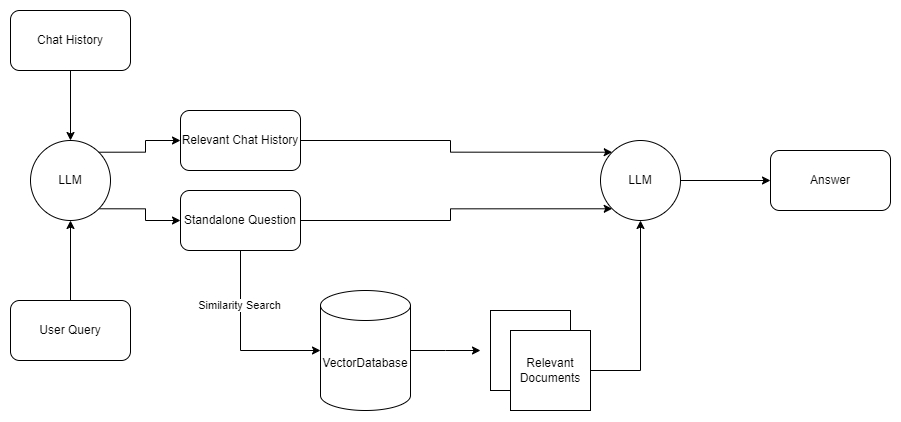
Before: media/2024-03-18-rag-chatbot/Custom_RAG_diagram.png, a diagram exported from draw.io (jayeshmahapatra/jayeshmahapatra.github.io). Source tidied: cells renumbered, new cells last; positions are measured from the earlier drawing's top-left corner, leaving out a move shared by most shapes.
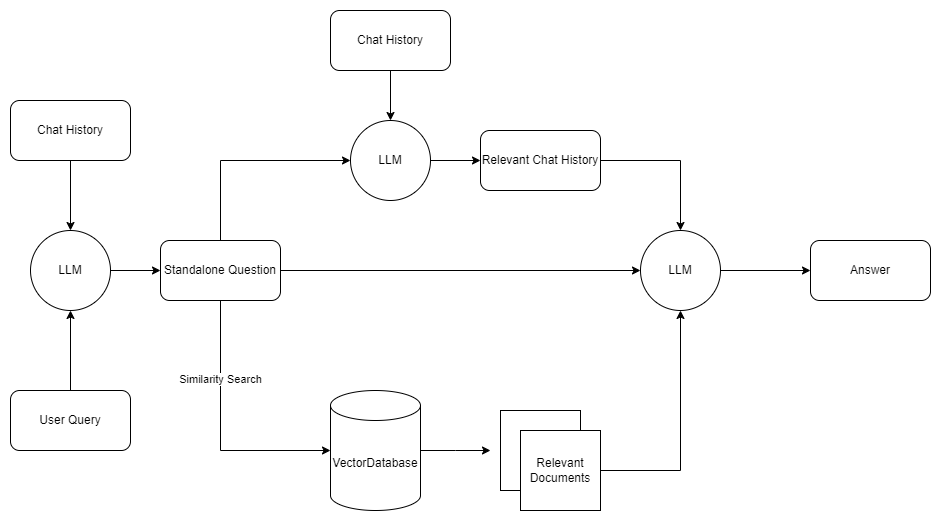
After the change.

The edit, as a diff of the source:
```diff
@@ -2,11 +2,11 @@
   <root>
     <mxCell id="0" />
     <mxCell id="1" parent="0" />
-    <mxCell id="2" style="edgeStyle=orthogonalEdgeStyle;rounded=0;jettySize=auto;html=1;exitX=1;exitY=1;exitDx=0;exitDy=0;entryX=0;entryY=0.5;entryDx=0;entryDy=0;" parent="1" edge="1" source="3" target="15">
+    <mxCell id="2" style="edgeStyle=orthogonalEdgeStyle;rounded=0;jettySize=auto;html=1;" parent="1" edge="1" source="3" target="15">
       <mxGeometry relative="1" as="geometry" />
     </mxCell>
     <mxCell id="3" value="LLM" style="ellipse;whiteSpace=wrap;html=1;" parent="1" vertex="1">
-      <mxGeometry x="20" y="130" width="80" height="80" as="geometry" />
+      <mxGeometry x="10" y="120" width="80" height="80" as="geometry" />
     </mxCell>
     <mxCell id="4" style="edgeStyle=orthogonalEdgeStyle;rounded=0;jettySize=auto;html=1;" parent="1" edge="1" source="5">
       <mxGeometry relative="1" as="geometry">
@@ -20,35 +20,42 @@
       <mxGeometry relative="1" as="geometry" />
     </mxCell>
     <mxCell id="7" value="Chat History" style="rounded=1;whiteSpace=wrap;html=1;" parent="1" vertex="1">
-      <mxGeometry width="120" height="60" as="geometry" />
+      <mxGeometry x="-10" y="-10" width="120" height="60" as="geometry" />
     </mxCell>
     <mxCell id="8" style="edgeStyle=orthogonalEdgeStyle;rounded=0;jettySize=auto;html=1;entryX=0;entryY=0.5;entryDx=0;entryDy=0;" parent="1" edge="1" source="9" target="20">
       <mxGeometry relative="1" as="geometry" />
     </mxCell>
     <mxCell id="9" value="LLM" style="ellipse;whiteSpace=wrap;html=1;" parent="1" vertex="1">
-      <mxGeometry x="590" y="130" width="80" height="80" as="geometry" />
+      <mxGeometry x="620" y="120" width="80" height="80" as="geometry" />
     </mxCell>
     <mxCell id="10" style="edgeStyle=orthogonalEdgeStyle;rounded=0;jettySize=auto;html=1;" parent="1" edge="1" source="11" target="3">
       <mxGeometry relative="1" as="geometry" />
     </mxCell>
     <mxCell id="11" value="User Query" style="rounded=1;whiteSpace=wrap;html=1;" parent="1" vertex="1">
-      <mxGeometry y="290" width="120" height="60" as="geometry" />
+      <mxGeometry x="-10" y="280" width="120" height="60" as="geometry" />
     </mxCell>
     <mxCell id="12" style="edgeStyle=orthogonalEdgeStyle;rounded=0;jettySize=auto;html=1;entryX=0;entryY=0.5;entryDx=0;entryDy=0;entryPerimeter=0;" parent="1" edge="1" source="15" target="5">
       <mxGeometry relative="1" as="geometry">
         <Array as="points">
-          <mxPoint x="230" y="340" />
+          <mxPoint x="200" y="340" />
         </Array>
       </mxGeometry>
     </mxCell>
     <mxCell id="13" value="Similarity Search" style="edgeLabel;html=1;align=center;verticalAlign=middle;" parent="12" vertex="1">
       <mxGeometry x="-0.4" y="-1" relative="1" as="geometry" />
     </mxCell>
-    <mxCell id="14" style="edgeStyle=orthogonalEdgeStyle;rounded=0;jettySize=auto;html=1;entryX=0;entryY=1;entryDx=0;entryDy=0;" parent="1" edge="1" source="15" target="9">
+    <mxCell id="14" style="edgeStyle=orthogonalEdgeStyle;rounded=0;jettySize=auto;html=1;" parent="1" edge="1" source="15" target="9">
       <mxGeometry relative="1" as="geometry" />
     </mxCell>
+    <mxCell id="24" style="edgeStyle=orthogonalEdgeStyle;rounded=0;jettySize=auto;html=1;entryX=0;entryY=0.5;entryDx=0;entryDy=0;" parent="1" edge="1" source="15" target="26">
+      <mxGeometry relative="1" as="geometry">
+        <Array as="points">
+          <mxPoint x="200" y="50" />
+        </Array>
+      </mxGeometry>
+    </mxCell>
     <mxCell id="15" value="Standalone Question" style="rounded=1;whiteSpace=wrap;html=1;" parent="1" vertex="1">
-      <mxGeometry x="170" y="180" width="120" height="60" as="geometry" />
+      <mxGeometry x="140" y="130" width="120" height="60" as="geometry" />
     </mxCell>
     <mxCell id="16" style="group;" parent="1" vertex="1">
       <mxGeometry x="480" y="300" width="100" height="100" as="geometry" />
@@ -63,16 +70,25 @@
       <mxGeometry relative="1" as="geometry" />
     </mxCell>
     <mxCell id="20" value="Answer" style="rounded=1;whiteSpace=wrap;html=1;" parent="1" vertex="1">
-      <mxGeometry x="760" y="140" width="120" height="60" as="geometry" />
+      <mxGeometry x="790" y="130" width="120" height="60" as="geometry" />
     </mxCell>
-    <mxCell id="21" style="edgeStyle=orthogonalEdgeStyle;rounded=0;jettySize=auto;html=1;entryX=0;entryY=0;entryDx=0;entryDy=0;" parent="1" edge="1" source="22" target="9">
+    <mxCell id="21" style="edgeStyle=orthogonalEdgeStyle;rounded=0;jettySize=auto;html=1;entryX=0.5;entryY=0;entryDx=0;entryDy=0;" parent="1" edge="1" source="22" target="9">
       <mxGeometry relative="1" as="geometry" />
     </mxCell>
     <mxCell id="22" value="Relevant Chat History" style="rounded=1;whiteSpace=wrap;html=1;" parent="1" vertex="1">
-      <mxGeometry x="170" y="100" width="120" height="60" as="geometry" />
+      <mxGeometry x="460" y="20" width="120" height="60" as="geometry" />
     </mxCell>
-    <mxCell id="23" style="edgeStyle=orthogonalEdgeStyle;rounded=0;jettySize=auto;html=1;exitX=1;exitY=0;exitDx=0;exitDy=0;entryX=0;entryY=0.5;entryDx=0;entryDy=0;" parent="1" edge="1" source="3" target="22">
-      <mxGeometry relative="1" as="geometry" />
-    </mxCell>
+    <mxCell id="25" style="edgeStyle=orthogonalEdgeStyle;rounded=0;jettySize=auto;html=1;entryX=0;entryY=0.5;entryDx=0;entryDy=0;" parent="1" edge="1" source="26" target="22">
+      <mxGeometry relative="1" as="geometry" />
+    </mxCell>
+    <mxCell id="26" value="LLM" style="ellipse;whiteSpace=wrap;html=1;" parent="1" vertex="1">
+      <mxGeometry x="330" y="10" width="80" height="80" as="geometry" />
+    </mxCell>
+    <mxCell id="27" style="edgeStyle=orthogonalEdgeStyle;rounded=0;jettySize=auto;html=1;" parent="1" edge="1" source="28" target="26">
+      <mxGeometry relative="1" as="geometry" />
+    </mxCell>
+    <mxCell id="28" value="Chat History" style="rounded=1;whiteSpace=wrap;html=1;" parent="1" vertex="1">
+      <mxGeometry x="310" y="-100" width="120" height="60" as="geometry" />
+    </mxCell>
   </root>
 </mxGraphModel>
```
